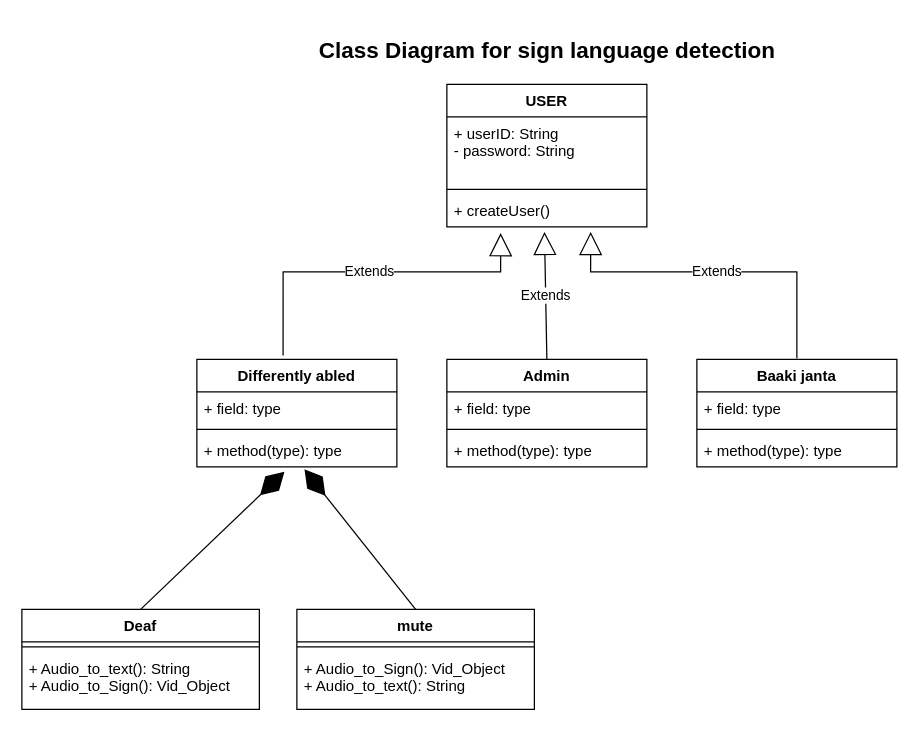
The draw.io diagram page "Class diagram" (7 of 7) of Sign language detection project SDLC.drawio in YatinBajajOP/SEPM, before the edit. Source tidied: cells renumbered, new cells numbered last; positions are measured from the earlier drawing's top-left corner, leaving out a move shared by most shapes. Both pictures are drawn from the tidied source at 125%, with x=0, y=0 at pixel (21, 34).
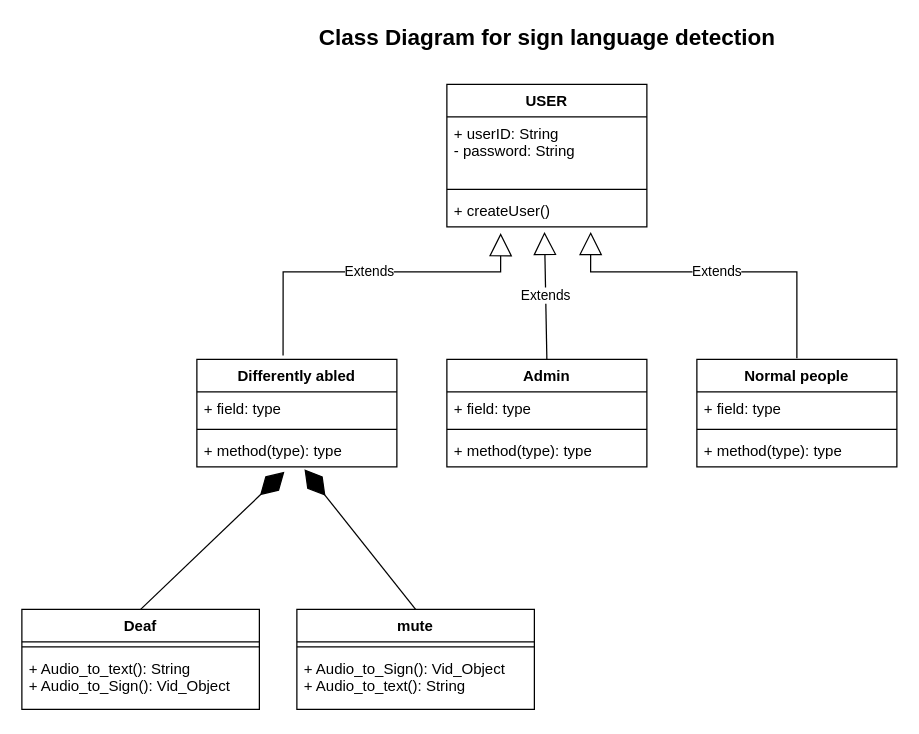
Above is the later version.

Diff of the diagram source:
```diff
@@
-    <mxCell id="14" value="Baaki janta" style="swimlane;fontStyle=1;align=center;verticalAlign=top;horizontal=1;startSize=26;" parent="1" vertex="1">
+    <mxCell id="14" value="Normal people" style="swimlane;fontStyle=1;align=center;verticalAlign=top;horizontal=1;startSize=26;" parent="1" vertex="1">
       <mxGeometry x="540" y="260" width="160" height="86" as="geometry" />
     </mxCell>
@@
     <mxCell id="21" value="&lt;b&gt;&lt;font style=&quot;font-size: 18px&quot;&gt;Class Diagram for sign language detection&lt;br&gt;&lt;/font&gt;&lt;br&gt;&lt;/b&gt;" style="text;html=1;align=center;verticalAlign=middle;strokeColor=none;fillColor=none;" parent="1" vertex="1">
-      <mxGeometry x="230" width="380" height="40" as="geometry" />
+      <mxGeometry x="230" y="-10" width="380" height="40" as="geometry" />
     </mxCell>
```
